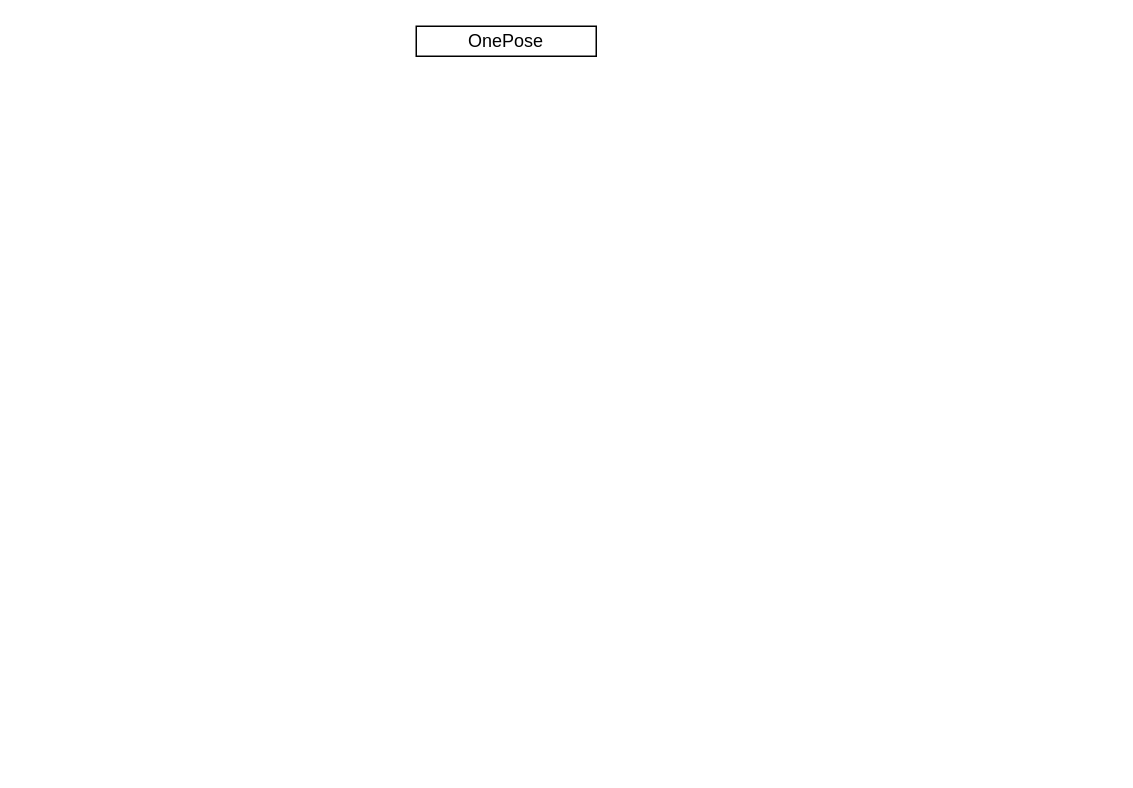
Before: note/OnePose.drawio in CloudyandWind/hello-world, a draw.io diagram. Source tidied: cells renumbered, new cells numbered last; positions are measured from the earlier drawing's top-left corner, leaving out a move shared by most shapes. Both pictures are drawn from the tidied source at 150%, with x=0, y=0 at pixel (416, 26).
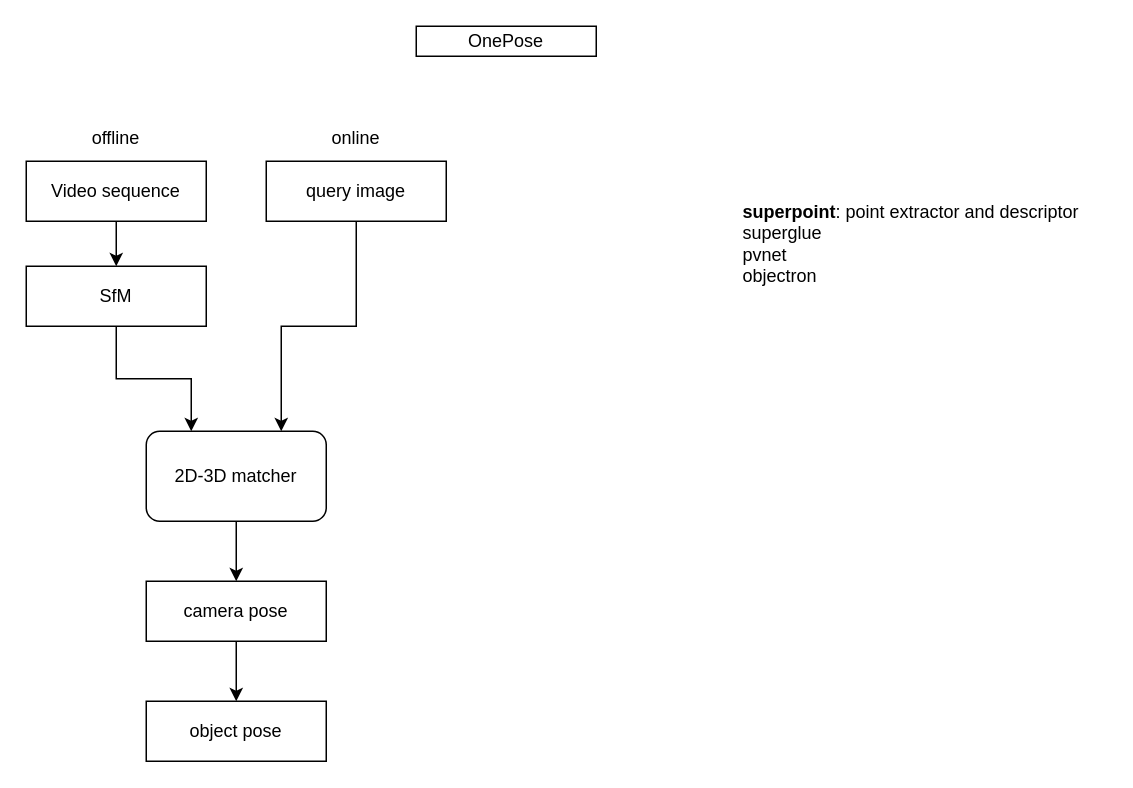
The same diagram, later.

Diff of the diagram source:
```diff
@@
 <mxGraphModel>
   <root>
     <mxCell id="0" />
     <mxCell id="1" parent="0" />
     <mxCell id="2" value="OnePose" style="rounded=0;whiteSpace=wrap;html=1;" parent="1" vertex="1">
       <mxGeometry width="120" height="20" as="geometry" />
     </mxCell>
+    <mxCell id="3" style="edgeStyle=orthogonalEdgeStyle;rounded=0;jettySize=auto;html=1;" parent="1" edge="1" source="4" target="6">
+      <mxGeometry relative="1" as="geometry" />
+    </mxCell>
+    <mxCell id="4" value="Video sequence" style="rounded=0;whiteSpace=wrap;html=1;" parent="1" vertex="1">
+      <mxGeometry x="-260" y="90" width="120" height="40" as="geometry" />
+    </mxCell>
+    <mxCell id="5" style="edgeStyle=orthogonalEdgeStyle;rounded=0;jettySize=auto;html=1;entryX=0.25;entryY=0;entryDx=0;entryDy=0;" parent="1" edge="1" source="6" target="12">
+      <mxGeometry relative="1" as="geometry" />
+    </mxCell>
+    <mxCell id="6" value="SfM" style="rounded=0;whiteSpace=wrap;html=1;" parent="1" vertex="1">
+      <mxGeometry x="-260" y="160" width="120" height="40" as="geometry" />
+    </mxCell>
+    <mxCell id="7" value="offline" style="text;html=1;strokeColor=none;fillColor=none;align=center;verticalAlign=middle;whiteSpace=wrap;rounded=0;" parent="1" vertex="1">
+      <mxGeometry x="-230" y="60" width="60" height="30" as="geometry" />
+    </mxCell>
+    <mxCell id="8" value="online" style="text;html=1;strokeColor=none;fillColor=none;align=center;verticalAlign=middle;whiteSpace=wrap;rounded=0;" parent="1" vertex="1">
+      <mxGeometry x="-70" y="60" width="60" height="30" as="geometry" />
+    </mxCell>
+    <mxCell id="9" style="edgeStyle=orthogonalEdgeStyle;rounded=0;jettySize=auto;html=1;entryX=0.75;entryY=0;entryDx=0;entryDy=0;" parent="1" edge="1" source="10" target="12">
+      <mxGeometry relative="1" as="geometry" />
+    </mxCell>
+    <mxCell id="10" value="query image" style="rounded=0;whiteSpace=wrap;html=1;" parent="1" vertex="1">
+      <mxGeometry x="-100" y="90" width="120" height="40" as="geometry" />
+    </mxCell>
+    <mxCell id="11" style="edgeStyle=orthogonalEdgeStyle;rounded=0;jettySize=auto;html=1;" parent="1" edge="1" source="12" target="14">
+      <mxGeometry relative="1" as="geometry" />
+    </mxCell>
+    <mxCell id="12" value="2D-3D matcher" style="rounded=1;whiteSpace=wrap;html=1;" parent="1" vertex="1">
+      <mxGeometry x="-180" y="270" width="120" height="60" as="geometry" />
+    </mxCell>
+    <mxCell id="13" style="edgeStyle=orthogonalEdgeStyle;rounded=0;jettySize=auto;html=1;" parent="1" edge="1" source="14" target="15">
+      <mxGeometry relative="1" as="geometry" />
+    </mxCell>
+    <mxCell id="14" value="camera pose" style="rounded=0;whiteSpace=wrap;html=1;" parent="1" vertex="1">
+      <mxGeometry x="-180" y="370" width="120" height="40" as="geometry" />
+    </mxCell>
+    <mxCell id="15" value="object pose" style="rounded=0;whiteSpace=wrap;html=1;" parent="1" vertex="1">
+      <mxGeometry x="-180" y="450" width="120" height="40" as="geometry" />
+    </mxCell>
+    <mxCell id="16" value="&lt;b&gt;superpoint&lt;/b&gt;: point extractor and descriptor&lt;br&gt;&lt;div style=&quot;text-align: left;&quot;&gt;superglue&lt;/div&gt;&lt;div style=&quot;text-align: left;&quot;&gt;pvnet&lt;/div&gt;&lt;div style=&quot;text-align: left;&quot;&gt;objectron&lt;/div&gt;" style="text;html=1;strokeColor=none;fillColor=none;align=center;verticalAlign=middle;whiteSpace=wrap;rounded=0;" parent="1" vertex="1">
+      <mxGeometry x="200" y="110" width="260" height="70" as="geometry" />
+    </mxCell>
   </root>
 </mxGraphModel>
```
